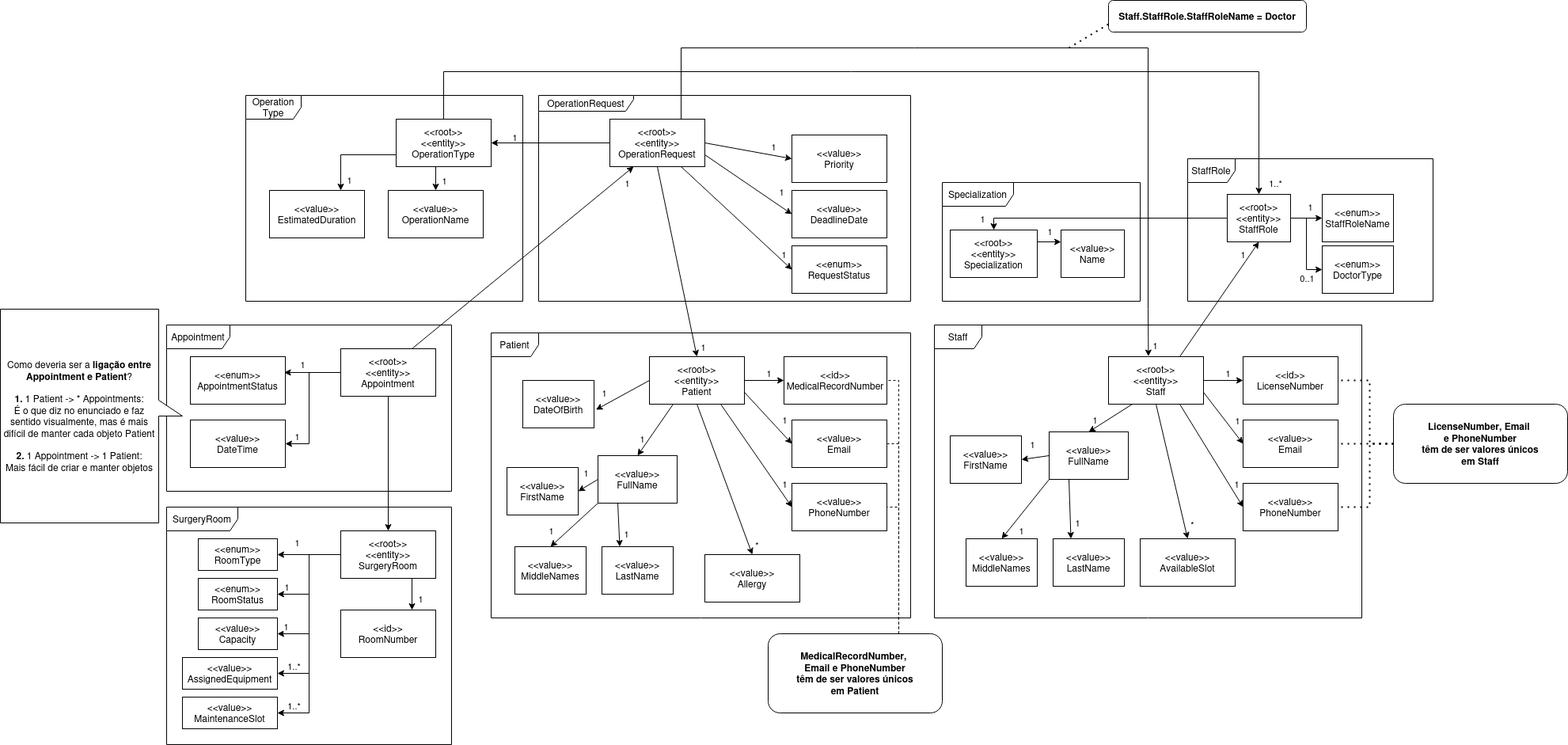
Above: docs/domain_model/DomainModel.png in andredsferreira/p5sem-3dj-g59 (draw.io), before the change. Source tidied: cells renumbered, new cells last; positions are measured from the earlier drawing's top-left corner, leaving out a move shared by most shapes.
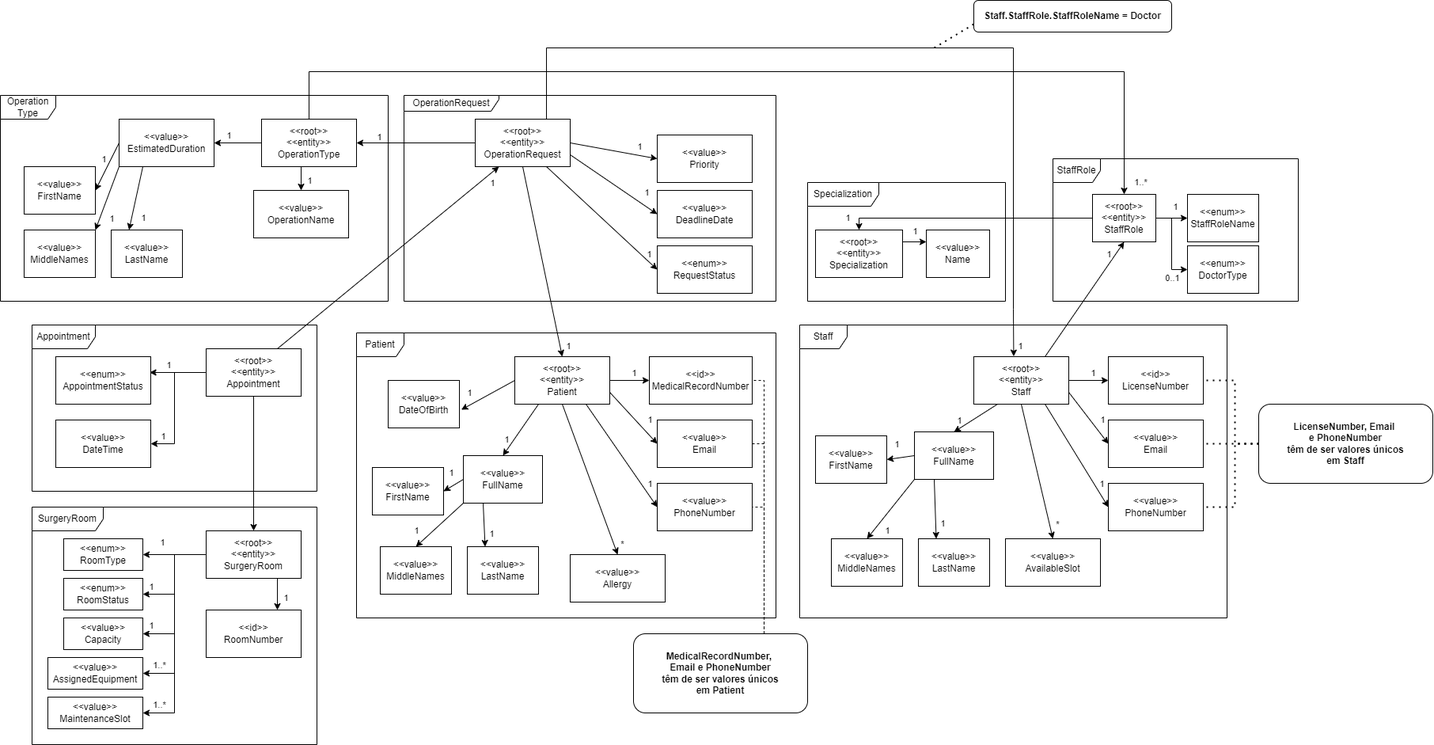
Above is the later version.

Commit message:
Updated Domain Model

Diff of the diagram source:
```diff
@@ -13,14 +13,14 @@
         <mxPoint x="11" as="offset" />
       </mxGeometry>
     </mxCell>
-    <mxCell id="5" style="edgeStyle=orthogonalEdgeStyle;rounded=0;jettySize=auto;html=1;exitX=0;exitY=0.75;exitDx=0;exitDy=0;entryX=0.75;entryY=0;entryDx=0;entryDy=0;" parent="1" edge="1" source="7" target="23">
+    <mxCell id="5" style="edgeStyle=orthogonalEdgeStyle;rounded=0;jettySize=auto;html=1;exitX=0;exitY=0.5;exitDx=0;exitDy=0;entryX=1;entryY=0.5;entryDx=0;entryDy=0;" parent="1" edge="1" source="7" target="23">
       <mxGeometry relative="1" as="geometry" />
     </mxCell>
-    <mxCell id="6" value="1" style="edgeLabel;html=1;align=center;verticalAlign=middle;" parent="5" vertex="1">
-      <mxGeometry x="0.76" y="3" relative="1" as="geometry">
-        <mxPoint x="7" as="offset" />
-      </mxGeometry>
-    </mxCell>
+    <mxCell id="143" value="1" style="edgeLabel;html=1;align=center;verticalAlign=middle;" parent="5" vertex="1">
+      <mxGeometry x="0.38" relative="1" as="geometry">
+        <mxPoint y="-10" as="offset" />
+      </mxGeometry>
+    </mxCell>
     <mxCell id="7" value="&amp;lt;&amp;lt;root&amp;gt;&amp;gt;&lt;div&gt;&amp;lt;&amp;lt;entity&amp;gt;&amp;gt;&lt;br&gt;&lt;div&gt;OperationType&lt;/div&gt;&lt;/div&gt;" style="whiteSpace=wrap;html=1;" parent="1" vertex="1">
       <mxGeometry x="500" y="150" width="120" height="60" as="geometry" />
     </mxCell>
@@ -72,13 +72,13 @@
       <mxGeometry x="620" y="420" width="530" height="360" as="geometry" />
     </mxCell>
     <mxCell id="21" value="Operation Type" style="shape=umlFrame;whiteSpace=wrap;html=1;width=70;height=30;" parent="1" vertex="1">
-      <mxGeometry x="310" y="120" width="350" height="260" as="geometry" />
+      <mxGeometry x="170" y="120" width="490" height="260" as="geometry" />
     </mxCell>
     <mxCell id="22" value="&amp;lt;&amp;lt;value&amp;gt;&amp;gt;&lt;div&gt;OperationName&lt;/div&gt;" style="whiteSpace=wrap;html=1;" parent="1" vertex="1">
       <mxGeometry x="490" y="240" width="120" height="60" as="geometry" />
     </mxCell>
     <mxCell id="23" value="&amp;lt;&amp;lt;value&amp;gt;&amp;gt;&lt;div&gt;EstimatedDuration&lt;/div&gt;" style="whiteSpace=wrap;html=1;" parent="1" vertex="1">
-      <mxGeometry x="340" y="240" width="120" height="60" as="geometry" />
+      <mxGeometry x="320" y="150" width="120" height="60" as="geometry" />
     </mxCell>
     <mxCell id="24" value="&amp;lt;&amp;lt;value&amp;gt;&amp;gt;&lt;div&gt;DateOfBirth&lt;/div&gt;" style="whiteSpace=wrap;html=1;" parent="1" vertex="1">
       <mxGeometry x="660" y="480" width="90" height="60" as="geometry" />
@@ -265,9 +265,6 @@
     <mxCell id="70" value="&amp;lt;&amp;lt;enum&amp;gt;&amp;gt;&lt;div&gt;AppointmentStatus&lt;/div&gt;" style="whiteSpace=wrap;html=1;" parent="1" vertex="1">
       <mxGeometry x="240" y="450" width="120" height="60" as="geometry" />
     </mxCell>
-    <mxCell id="71" value="Como deveria ser a &lt;b&gt;ligação entre Appointment e Patient&lt;/b&gt;?&lt;div&gt;&lt;br&gt;&lt;div&gt;&lt;b&gt;1.&lt;/b&gt; 1 Patient -&amp;gt; * Appointments:&lt;/div&gt;&lt;div&gt;É o que diz no enunciado e faz sentido visualmente, mas é mais difícil de manter cada objeto Patient&lt;/div&gt;&lt;div&gt;&lt;br&gt;&lt;/div&gt;&lt;div&gt;&lt;b&gt;2.&lt;/b&gt; 1 Appointment -&amp;gt; 1 Patient:&lt;/div&gt;&lt;div&gt;Mais fácil de criar e manter objetos&lt;/div&gt;&lt;/div&gt;" style="shape=callout;whiteSpace=wrap;html=1;perimeter=calloutPerimeter;direction=north;" parent="1" vertex="1">
-      <mxGeometry y="390" width="230" height="270" as="geometry" />
-    </mxCell>
     <mxCell id="72" style="edgeStyle=orthogonalEdgeStyle;rounded=0;jettySize=auto;html=1;exitX=0;exitY=0.5;exitDx=0;exitDy=0;entryX=0.988;entryY=0.333;entryDx=0;entryDy=0;entryPerimeter=0;" parent="1" edge="1" source="66" target="70">
       <mxGeometry relative="1" as="geometry" />
     </mxCell>
@@ -581,5 +578,38 @@
         <mxPoint x="21" y="1" as="offset" />
       </mxGeometry>
     </mxCell>
+    <mxCell id="144" value="&amp;lt;&amp;lt;value&amp;gt;&amp;gt;&lt;div&gt;FirstName&lt;/div&gt;" style="whiteSpace=wrap;html=1;" parent="1" vertex="1">
+      <mxGeometry x="200" y="210" width="90" height="60" as="geometry" />
+    </mxCell>
+    <mxCell id="145" value="&amp;lt;&amp;lt;value&amp;gt;&amp;gt;&lt;div&gt;LastName&lt;/div&gt;" style="whiteSpace=wrap;html=1;" parent="1" vertex="1">
+      <mxGeometry x="310" y="290" width="90" height="60" as="geometry" />
+    </mxCell>
+    <mxCell id="146" value="&amp;lt;&amp;lt;value&amp;gt;&amp;gt;&lt;div&gt;&lt;span style=&quot;background-color: initial;&quot;&gt;MiddleNames&lt;/span&gt;&lt;/div&gt;" style="whiteSpace=wrap;html=1;" parent="1" vertex="1">
+      <mxGeometry x="200" y="290" width="90" height="60" as="geometry" />
+    </mxCell>
+    <mxCell id="147" style="endArrow=classic;html=1;rounded=0;exitX=0;exitY=1;exitDx=0;exitDy=0;entryX=1;entryY=0;entryDx=0;entryDy=0;" parent="1" edge="1" source="23" target="146">
+      <mxGeometry relative="1" as="geometry" />
+    </mxCell>
+    <mxCell id="148" value="1" style="edgeLabel;html=1;align=center;verticalAlign=middle;" parent="147" vertex="1">
+      <mxGeometry x="0.25" y="1" relative="1" as="geometry">
+        <mxPoint x="8" y="15" as="offset" />
+      </mxGeometry>
+    </mxCell>
+    <mxCell id="149" style="endArrow=classic;html=1;rounded=0;exitX=0;exitY=0.5;exitDx=0;exitDy=0;entryX=1;entryY=0.5;entryDx=0;entryDy=0;" parent="1" edge="1" source="23" target="144">
+      <mxGeometry relative="1" as="geometry" />
+    </mxCell>
+    <mxCell id="150" value="1" style="edgeLabel;html=1;align=center;verticalAlign=middle;" parent="149" vertex="1">
+      <mxGeometry x="0.51" y="1" relative="1" as="geometry">
+        <mxPoint x="2" y="-25" as="offset" />
+      </mxGeometry>
+    </mxCell>
+    <mxCell id="151" style="endArrow=classic;html=1;rounded=0;exitX=0.25;exitY=1;exitDx=0;exitDy=0;entryX=0.25;entryY=0;entryDx=0;entryDy=0;" parent="1" edge="1" source="23" target="145">
+      <mxGeometry relative="1" as="geometry" />
+    </mxCell>
+    <mxCell id="152" value="1" style="edgeLabel;html=1;align=center;verticalAlign=middle;" parent="151" vertex="1">
+      <mxGeometry x="0.48" relative="1" as="geometry">
+        <mxPoint x="13" y="6" as="offset" />
+      </mxGeometry>
+    </mxCell>
   </root>
 </mxGraphModel>
```
